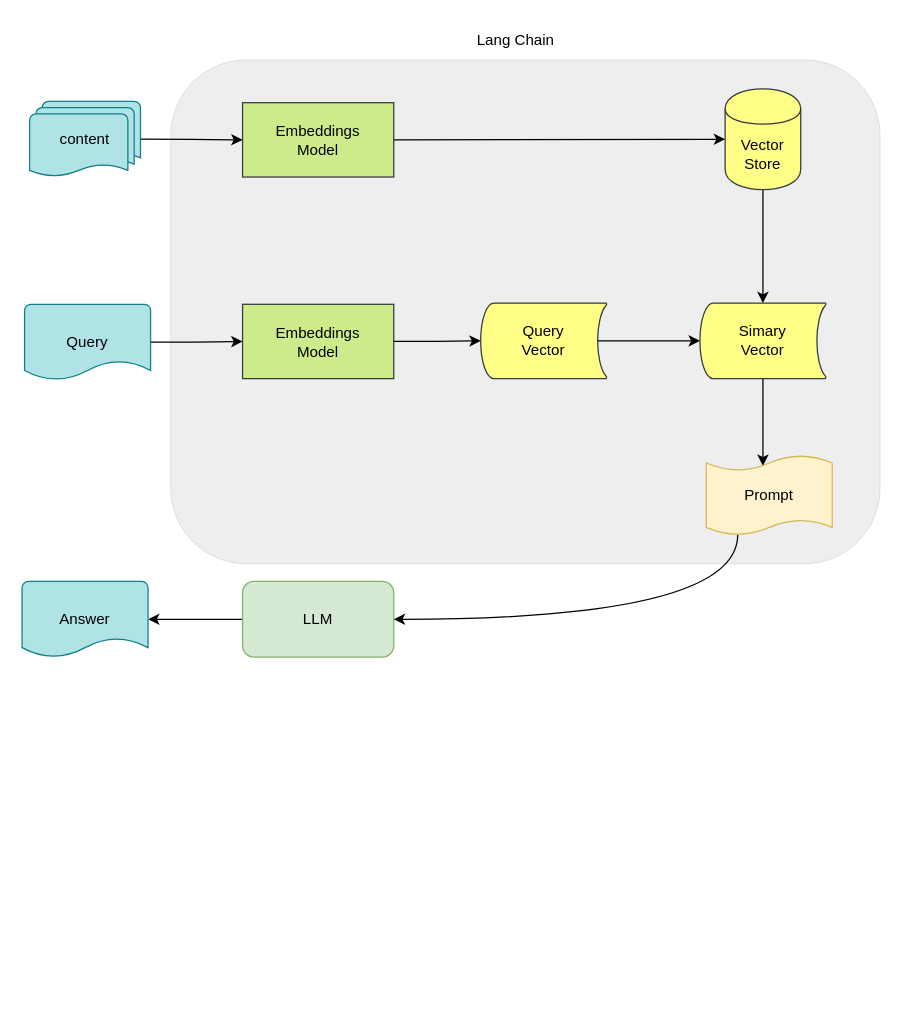
This is page "LLM" (16 of 16) of sidecar.drawio from xinguai/asmshare, a draw.io file, before an edit. Source tidied: cells renumbered, new cells numbered last; positions are measured from the earlier drawing's top-left corner, leaving out a move shared by most shapes. Both pictures are drawn from the tidied source at 126%, with x=0, y=0 at pixel (21, 21).
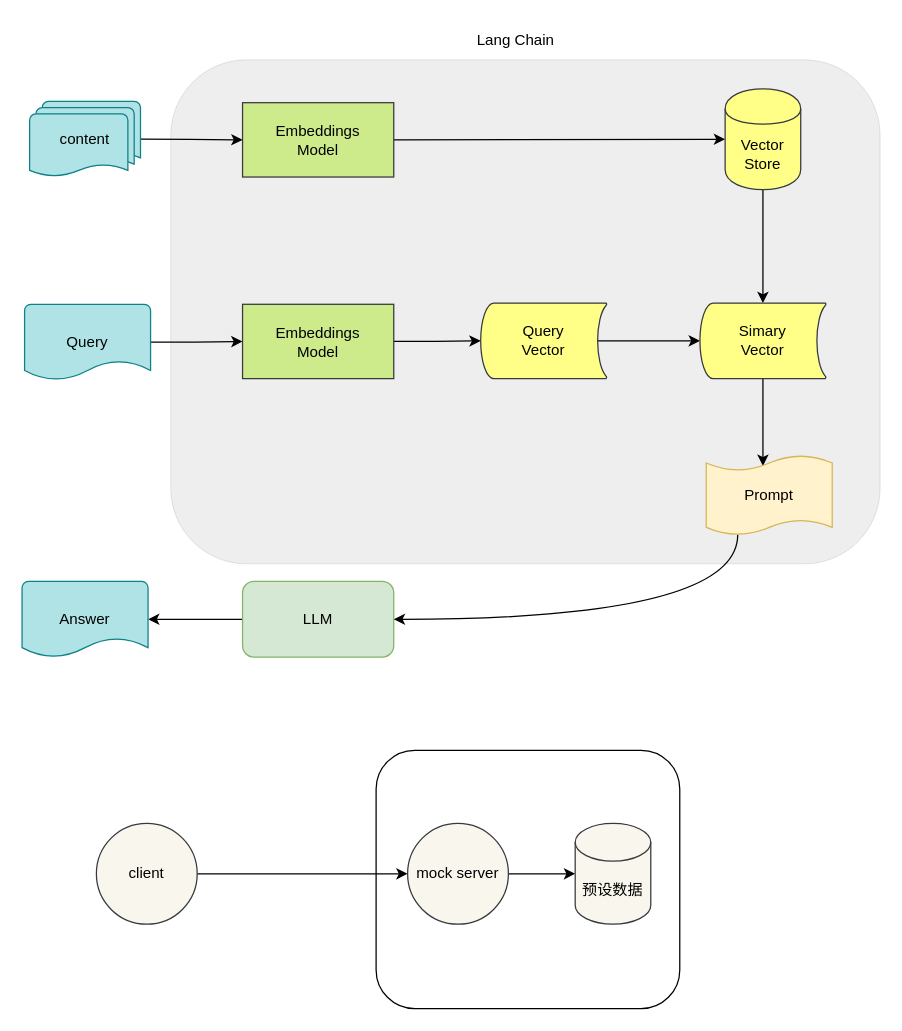
The same diagram, later.

The edit, as a diff of the source:
```diff
@@
+    <mxCell id="23" style="rounded=1;whiteSpace=wrap;html=1;" parent="1" vertex="1">
+      <mxGeometry x="281" y="578" width="241" height="205" as="geometry" />
+    </mxCell>
@@
+    <mxCell id="24" style="edgeStyle=orthogonalEdgeStyle;curved=1;rounded=0;jettySize=auto;html=1;exitX=1;exitY=0.5;exitDx=0;exitDy=0;entryX=0;entryY=0.5;entryDx=0;entryDy=0;" parent="1" edge="1" source="25" target="27">
+      <mxGeometry relative="1" as="geometry" />
+    </mxCell>
+    <mxCell id="25" value="client" style="ellipse;whiteSpace=wrap;html=1;fillColor=#f9f7ed;strokeColor=#36393d;" parent="1" vertex="1">
+      <mxGeometry x="59" y="636" width="80" height="80" as="geometry" />
+    </mxCell>
+    <mxCell id="26" style="edgeStyle=orthogonalEdgeStyle;curved=1;rounded=0;jettySize=auto;html=1;exitX=1;exitY=0.5;exitDx=0;exitDy=0;entryX=0;entryY=0.5;entryDx=0;entryDy=0;entryPerimeter=0;" parent="1" edge="1" source="27" target="28">
+      <mxGeometry relative="1" as="geometry" />
+    </mxCell>
+    <mxCell id="27" value="mock server" style="ellipse;whiteSpace=wrap;html=1;fillColor=#f9f7ed;strokeColor=#36393d;" parent="1" vertex="1">
+      <mxGeometry x="306" y="636" width="80" height="80" as="geometry" />
+    </mxCell>
+    <mxCell id="28" value="预设数据" style="shape=cylinder3;whiteSpace=wrap;html=1;boundedLbl=1;backgroundOutline=1;size=15;fillColor=#f9f7ed;strokeColor=#36393d;" parent="1" vertex="1">
+      <mxGeometry x="439" y="636" width="60" height="80" as="geometry" />
+    </mxCell>
```
